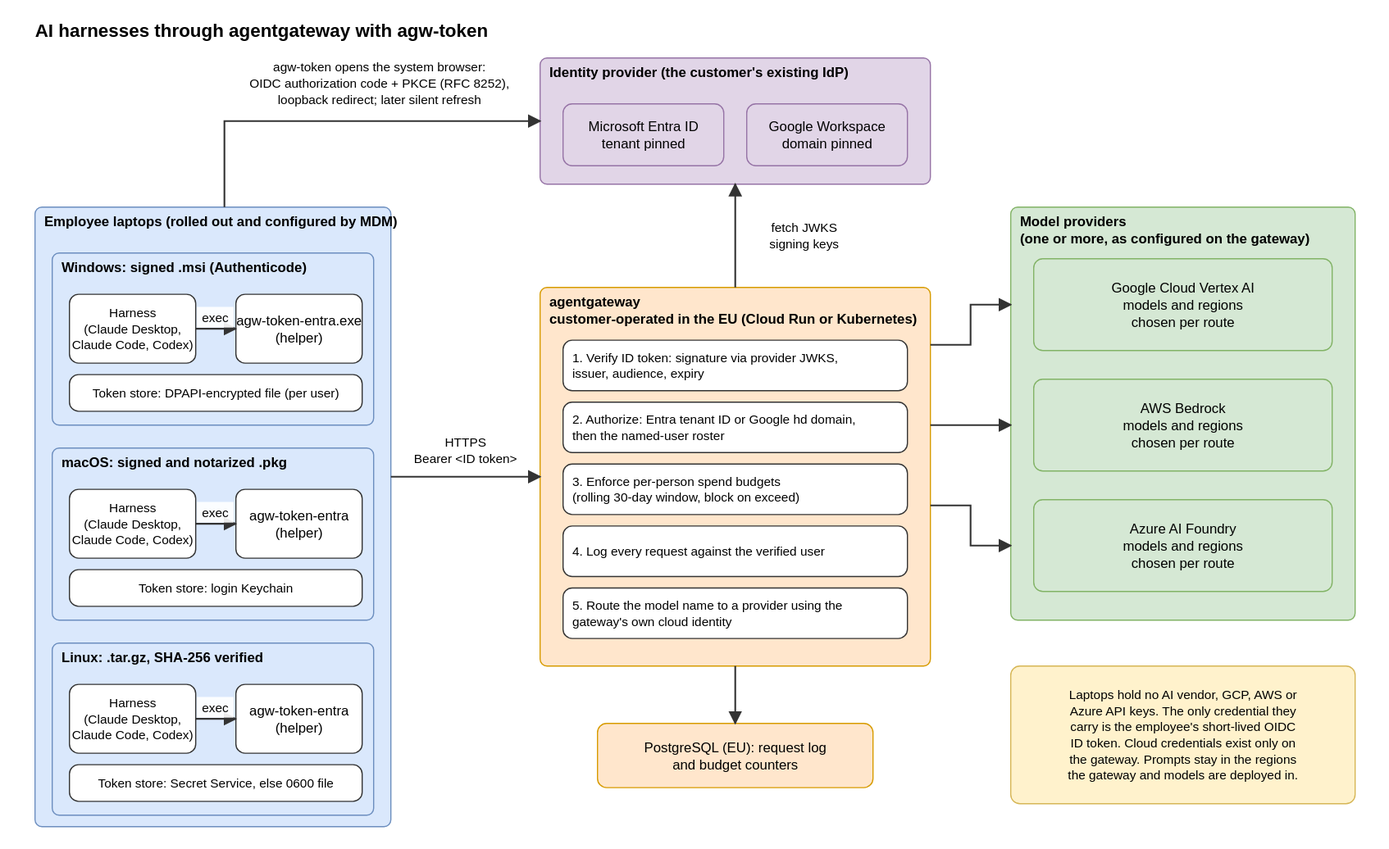
This is docs/compliance-overview.drawio.svg from nversion/agent-gateway-token-helper, a draw.io export, as it was before one commit. Source tidied: cells renumbered, new cells last; positions are measured from the earlier drawing's top-left corner, leaving out a move shared by most shapes.
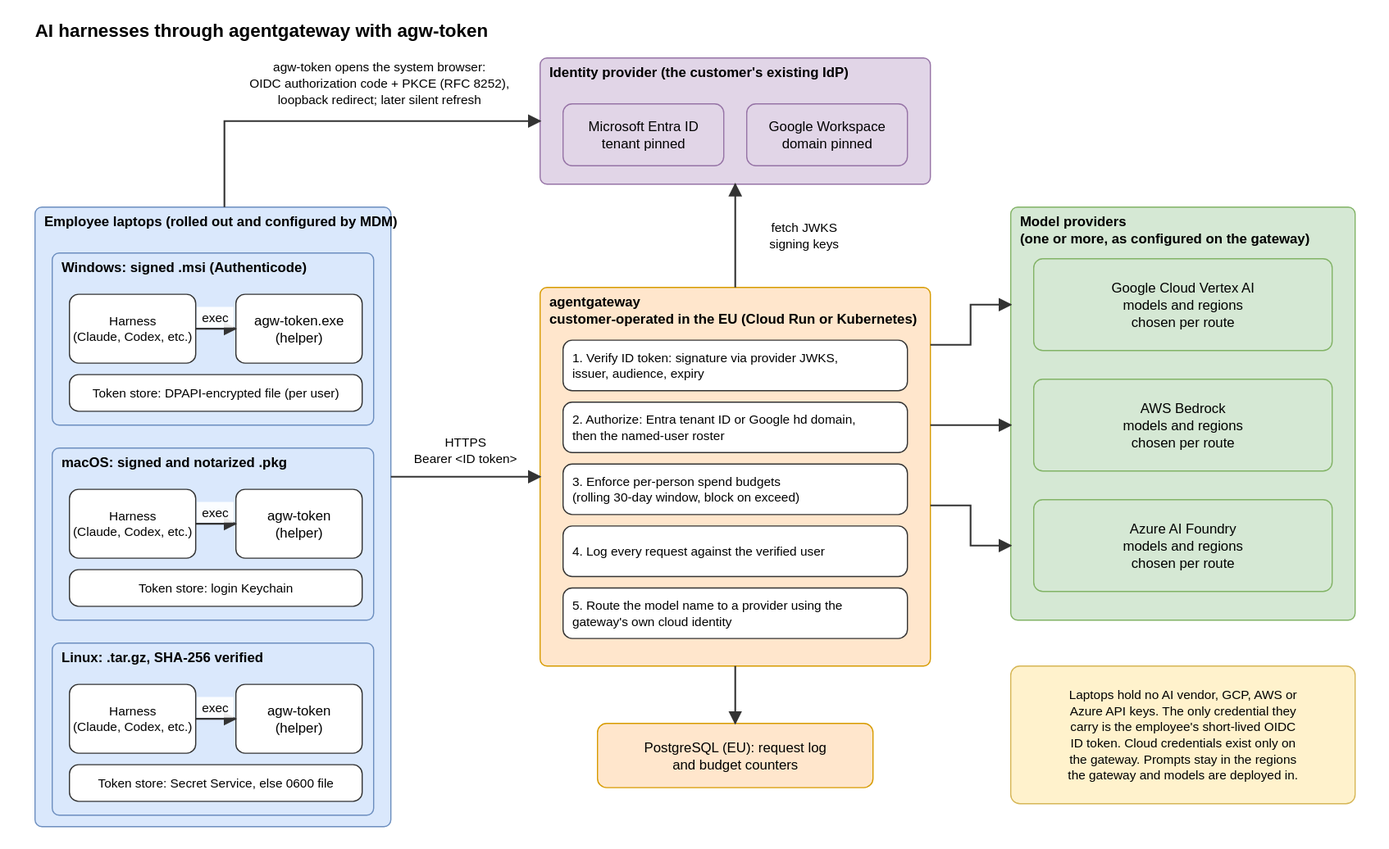
After the change.

Commit message:
Update compliance overview

The edit, as a diff of the source:
```diff
@@ -20,10 +20,10 @@
     <mxCell id="7" value="Windows: signed .msi (Authenticode)" style="rounded=1;whiteSpace=wrap;html=1;fillColor=#dae8fc;strokeColor=#6c8ebf;verticalAlign=top;align=left;spacingLeft=6;spacingTop=-2;arcSize=6;fontStyle=1;" parent="6" vertex="1">
       <mxGeometry x="15" y="40" width="280" height="150" as="geometry" />
     </mxCell>
-    <mxCell id="8" value="Harness&lt;br&gt;(Claude Desktop,&lt;br&gt;Claude Code, Codex)" style="rounded=1;whiteSpace=wrap;html=1;fillColor=#ffffff;strokeColor=#333333;arcSize=10;fontSize=11;" parent="7" vertex="1">
+    <mxCell id="8" value="Harness&lt;br&gt;(Claude, Codex, etc.)" style="rounded=1;whiteSpace=wrap;html=1;fillColor=#ffffff;strokeColor=#333333;arcSize=10;fontSize=11;" parent="7" vertex="1">
       <mxGeometry x="15" y="36" width="110" height="60" as="geometry" />
     </mxCell>
-    <mxCell id="9" value="agw-token-entra.exe&lt;br&gt;(helper)" style="rounded=1;whiteSpace=wrap;html=1;fillColor=#ffffff;strokeColor=#333333;arcSize=10;" parent="7" vertex="1">
+    <mxCell id="9" value="agw-token.exe&lt;br&gt;(helper)" style="rounded=1;whiteSpace=wrap;html=1;fillColor=#ffffff;strokeColor=#333333;arcSize=10;" parent="7" vertex="1">
       <mxGeometry x="160" y="36" width="110" height="60" as="geometry" />
     </mxCell>
     <mxCell id="10" value="Token store: DPAPI-encrypted file (per user)" style="rounded=1;whiteSpace=wrap;html=1;fillColor=#ffffff;strokeColor=#333333;align=center;spacingLeft=6;arcSize=10;fontSize=11;" parent="7" vertex="1">
@@ -32,10 +32,10 @@
     <mxCell id="11" value="macOS: signed and notarized .pkg" style="rounded=1;whiteSpace=wrap;html=1;fillColor=#dae8fc;strokeColor=#6c8ebf;verticalAlign=top;align=left;spacingLeft=6;spacingTop=-2;arcSize=6;fontStyle=1;" parent="6" vertex="1">
       <mxGeometry x="15" y="210" width="280" height="150" as="geometry" />
     </mxCell>
-    <mxCell id="12" value="Harness&lt;br&gt;(Claude Desktop,&lt;br&gt;Claude Code, Codex)" style="rounded=1;whiteSpace=wrap;html=1;fillColor=#ffffff;strokeColor=#333333;arcSize=10;fontSize=11;" parent="11" vertex="1">
+    <mxCell id="12" value="Harness&lt;br&gt;(Claude, Codex, etc.)" style="rounded=1;whiteSpace=wrap;html=1;fillColor=#ffffff;strokeColor=#333333;arcSize=10;fontSize=11;" parent="11" vertex="1">
       <mxGeometry x="15" y="36" width="110" height="60" as="geometry" />
     </mxCell>
-    <mxCell id="13" value="agw-token-entra&lt;br&gt;(helper)" style="rounded=1;whiteSpace=wrap;html=1;fillColor=#ffffff;strokeColor=#333333;arcSize=10;" parent="11" vertex="1">
+    <mxCell id="13" value="agw-token&lt;br&gt;(helper)" style="rounded=1;whiteSpace=wrap;html=1;fillColor=#ffffff;strokeColor=#333333;arcSize=10;" parent="11" vertex="1">
       <mxGeometry x="160" y="36" width="110" height="60" as="geometry" />
     </mxCell>
     <mxCell id="14" value="Token store: login Keychain" style="rounded=1;whiteSpace=wrap;html=1;fillColor=#ffffff;strokeColor=#333333;align=center;spacingLeft=6;arcSize=10;fontSize=11;" parent="11" vertex="1">
@@ -44,10 +44,10 @@
     <mxCell id="15" value="Linux: .tar.gz, SHA-256 verified" style="rounded=1;whiteSpace=wrap;html=1;fillColor=#dae8fc;strokeColor=#6c8ebf;verticalAlign=top;align=left;spacingLeft=6;spacingTop=-2;arcSize=6;fontStyle=1;" parent="6" vertex="1">
       <mxGeometry x="15" y="380" width="280" height="150" as="geometry" />
     </mxCell>
-    <mxCell id="16" value="Harness&lt;br&gt;(Claude Desktop,&lt;br&gt;Claude Code, Codex)" style="rounded=1;whiteSpace=wrap;html=1;fillColor=#ffffff;strokeColor=#333333;arcSize=10;fontSize=11;" parent="15" vertex="1">
+    <mxCell id="16" value="Harness&lt;br&gt;(Claude, Codex, etc.)" style="rounded=1;whiteSpace=wrap;html=1;fillColor=#ffffff;strokeColor=#333333;arcSize=10;fontSize=11;" parent="15" vertex="1">
       <mxGeometry x="15" y="36" width="110" height="60" as="geometry" />
     </mxCell>
-    <mxCell id="17" value="agw-token-entra&lt;br&gt;(helper)" style="rounded=1;whiteSpace=wrap;html=1;fillColor=#ffffff;strokeColor=#333333;arcSize=10;" parent="15" vertex="1">
+    <mxCell id="17" value="agw-token&lt;br&gt;(helper)" style="rounded=1;whiteSpace=wrap;html=1;fillColor=#ffffff;strokeColor=#333333;arcSize=10;" parent="15" vertex="1">
       <mxGeometry x="160" y="36" width="110" height="60" as="geometry" />
     </mxCell>
     <mxCell id="18" value="Token store: Secret Service, else 0600 file" style="rounded=1;whiteSpace=wrap;html=1;fillColor=#ffffff;strokeColor=#333333;align=center;spacingLeft=6;arcSize=10;fontSize=11;" parent="15" vertex="1">
```
